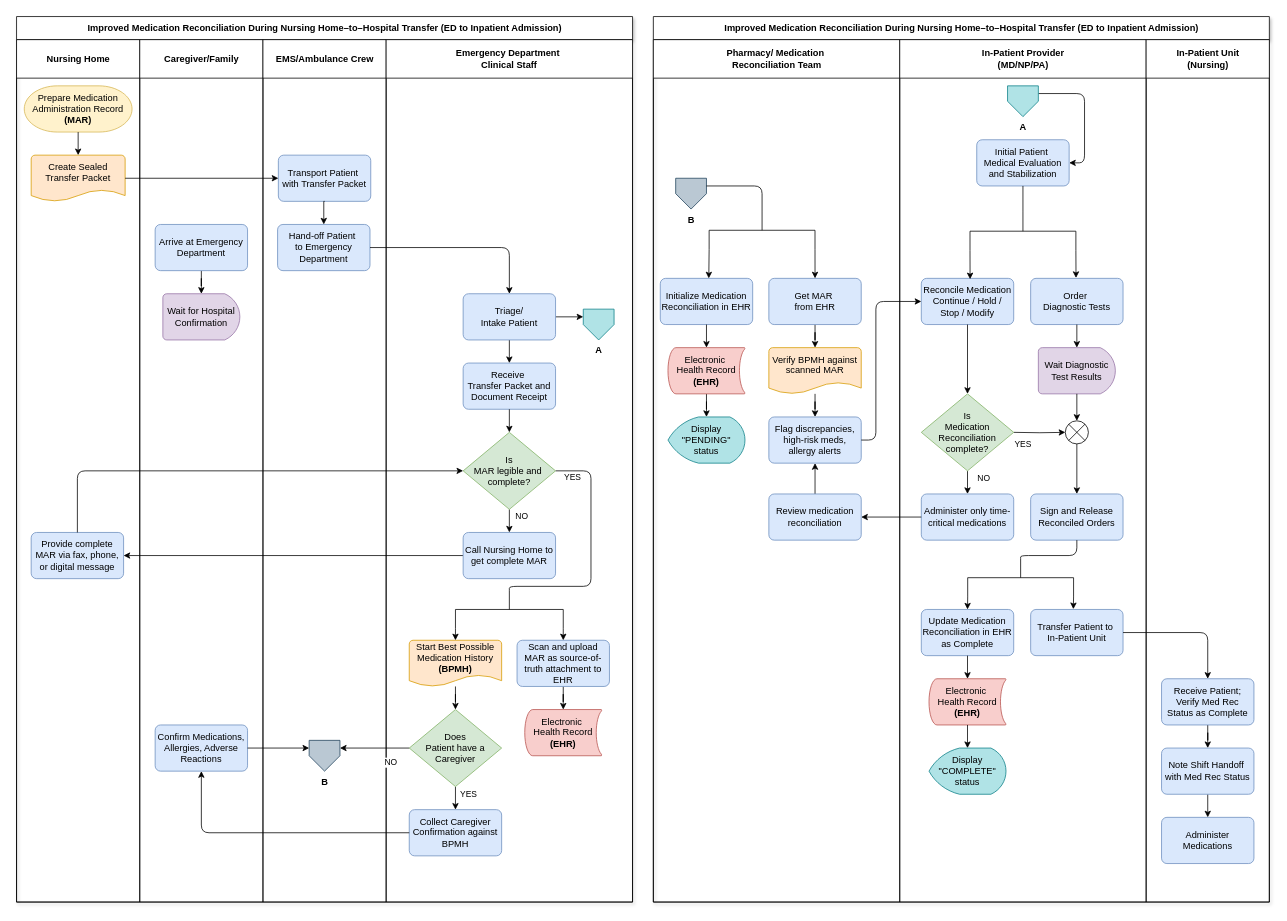
The draw.io diagram Improved Process Chart.drawio in melmirasol/Case-Problem-6.2, before the edit. Source tidied: cells renumbered, new cells numbered last; positions are measured from the earlier drawing's top-left corner, leaving out a move shared by most shapes. Both pictures are drawn from the tidied source at 77%, with x=0, y=0 at pixel (16, 16).
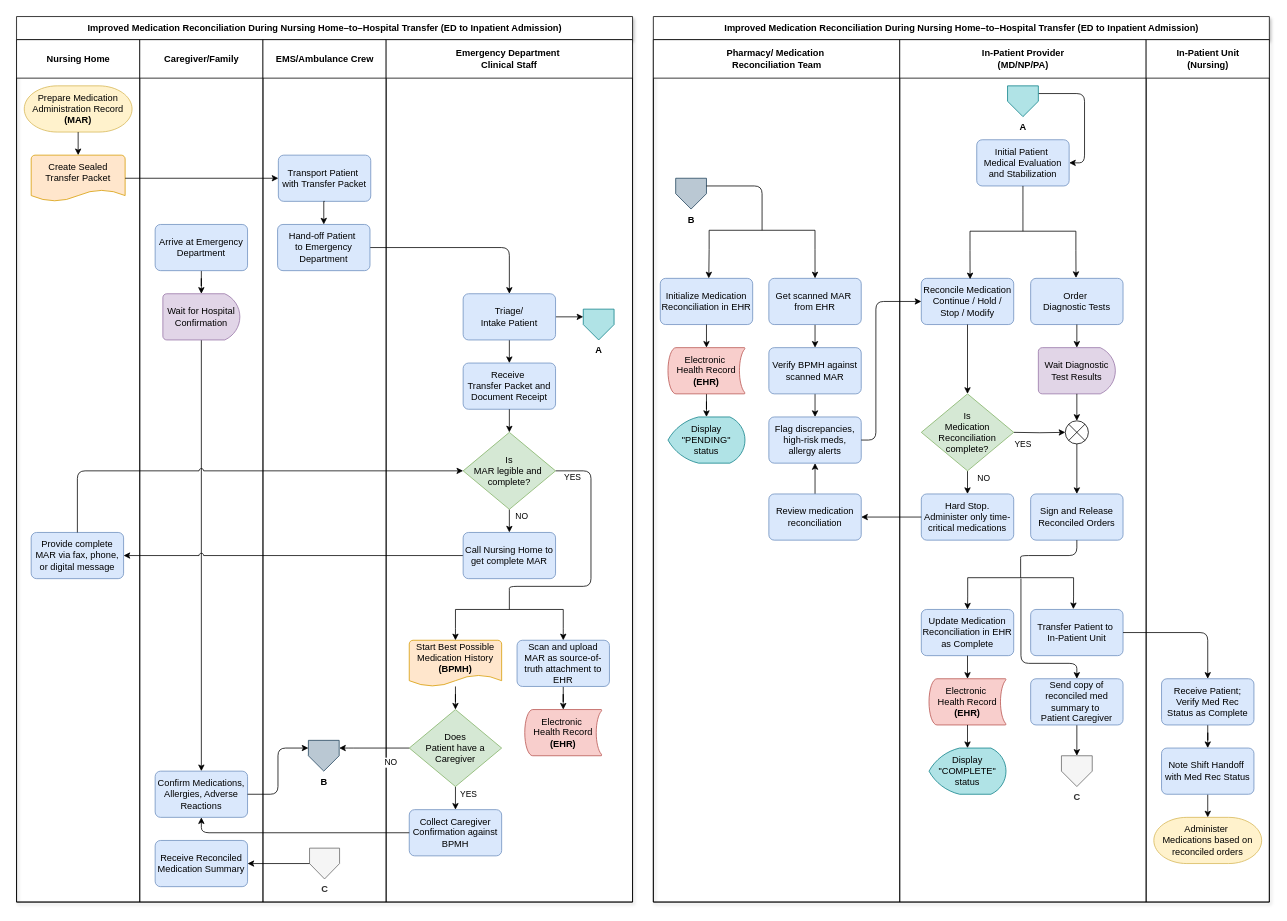
The same page after the edit.

The change refers to these unchanged cells:
```xml
<mxCell id="2" value="Improved Medication Reconciliation During Nursing Home–to–Hospital Transfer (ED to Inpatient Admission)" style="swimlane;startSize=30;html=1;shadow=1;" parent="1" vertex="1">
  <mxGeometry width="800" height="1150" as="geometry" />
</mxCell>
<mxCell id="5" value="Create Sealed Transfer Packet&lt;div&gt;&lt;br&gt;&lt;/div&gt;" style="strokeWidth=1;html=1;shape=mxgraph.flowchart.document2;whiteSpace=wrap;size=0.25;fillColor=#ffe6cc;strokeColor=#d79b00;" parent="3" vertex="1">
  <mxGeometry x="19" y="150" width="122" height="60" as="geometry" />
</mxCell>
<mxCell id="8" value="Provide&amp;nbsp;&lt;span style=&quot;background-color: transparent; color: light-dark(rgb(0, 0, 0), rgb(255, 255, 255));&quot;&gt;complete MAR via fax, phone, or digital message&lt;/span&gt;" style="rounded=1;whiteSpace=wrap;html=1;absoluteArcSize=1;arcSize=14;strokeWidth=1;fillColor=#dae8fc;strokeColor=#6c8ebf;" parent="3" vertex="1">
  <mxGeometry x="19" y="640" width="120" height="60" as="geometry" />
</mxCell>
<mxCell id="9" value="Caregiver/Family" style="swimlane;startSize=50;html=1;" parent="2" vertex="1">
  <mxGeometry x="160" y="30" width="160" height="1120" as="geometry" />
</mxCell>
<mxCell id="12" value="Wait for Hospital Confirmation" style="strokeWidth=1;html=1;shape=mxgraph.flowchart.delay;whiteSpace=wrap;fillColor=#e1d5e7;strokeColor=#9673a6;" parent="9" vertex="1">
  <mxGeometry x="30" y="330" width="100" height="60" as="geometry" />
</mxCell>
<mxCell id="14" value="EMS/Ambulance Crew" style="swimlane;startSize=50;html=1;" parent="2" vertex="1">
  <mxGeometry x="320" y="30" width="160" height="1120" as="geometry" />
</mxCell>
<mxCell id="15" value="Transport Patient&amp;nbsp;&lt;div&gt;with Transfer Packet&lt;/div&gt;" style="rounded=1;whiteSpace=wrap;html=1;absoluteArcSize=1;arcSize=14;strokeWidth=1;fillColor=#dae8fc;strokeColor=#6c8ebf;" parent="14" vertex="1">
  <mxGeometry x="20" y="150" width="120" height="60" as="geometry" />
</mxCell>
<mxCell id="16" value="Hand-off Patient&amp;nbsp;&lt;div&gt;to Emergency Department&lt;/div&gt;" style="rounded=1;whiteSpace=wrap;html=1;absoluteArcSize=1;arcSize=14;strokeWidth=1;fillColor=#dae8fc;strokeColor=#6c8ebf;" parent="14" vertex="1">
  <mxGeometry x="19" y="240" width="120" height="60" as="geometry" />
</mxCell>
<mxCell id="22" value="Emergency Department&amp;nbsp;&lt;div&gt;&lt;span style=&quot;background-color: transparent; color: light-dark(rgb(0, 0, 0), rgb(255, 255, 255));&quot;&gt;Clinical&amp;nbsp;Staff&lt;/span&gt;&lt;/div&gt;" style="swimlane;startSize=50;html=1;whiteSpace=wrap;" parent="2" vertex="1">
  <mxGeometry x="480" y="30" width="320" height="1120" as="geometry" />
</mxCell>
<mxCell id="28" value="Is&lt;div&gt;MAR legible&amp;nbsp;&lt;span style=&quot;background-color: transparent; color: light-dark(rgb(0, 0, 0), rgb(255, 255, 255));&quot;&gt;and&amp;nbsp;&lt;/span&gt;&lt;/div&gt;&lt;div&gt;&lt;span style=&quot;background-color: transparent; color: light-dark(rgb(0, 0, 0), rgb(255, 255, 255));&quot;&gt;complete?&lt;/span&gt;&lt;/div&gt;" style="strokeWidth=1;html=1;shape=mxgraph.flowchart.decision;whiteSpace=wrap;fillColor=#d5e8d4;strokeColor=#82b366;" parent="22" vertex="1">
  <mxGeometry x="100" y="510" width="120" height="100" as="geometry" />
</mxCell>
<mxCell id="30" value="Call Nursing Home to get complete MAR" style="rounded=1;whiteSpace=wrap;html=1;absoluteArcSize=1;arcSize=14;strokeWidth=1;fillColor=#dae8fc;strokeColor=#6c8ebf;" parent="22" vertex="1">
  <mxGeometry x="100" y="640" width="120" height="60" as="geometry" />
</mxCell>
<mxCell id="33" value="Triage/&lt;div&gt;Intake Patient&lt;/div&gt;" style="rounded=1;whiteSpace=wrap;html=1;absoluteArcSize=1;arcSize=14;strokeWidth=1;fillColor=#dae8fc;strokeColor=#6c8ebf;" parent="22" vertex="1">
  <mxGeometry x="100" y="330" width="120" height="60" as="geometry" />
</mxCell>
<mxCell id="42" value="Does&lt;div&gt;Patient have a Caregiver&lt;/div&gt;" style="strokeWidth=1;html=1;shape=mxgraph.flowchart.decision;whiteSpace=wrap;fillColor=#d5e8d4;strokeColor=#82b366;" parent="22" vertex="1">
  <mxGeometry x="30" y="870" width="120" height="100" as="geometry" />
</mxCell>
<mxCell id="43" value="Collect Caregiver Confirmation against BPMH" style="rounded=1;whiteSpace=wrap;html=1;absoluteArcSize=1;arcSize=14;strokeWidth=1;fillColor=#dae8fc;strokeColor=#6c8ebf;" parent="22" vertex="1">
  <mxGeometry x="30" y="1000" width="120" height="60" as="geometry" />
</mxCell>
<mxCell id="53" value="Pharmacy/&amp;nbsp;&lt;span style=&quot;background-color: transparent; color: light-dark(rgb(0, 0, 0), rgb(255, 255, 255));&quot;&gt;Medication&amp;nbsp;&lt;/span&gt;&lt;div&gt;&lt;span style=&quot;background-color: transparent; color: light-dark(rgb(0, 0, 0), rgb(255, 255, 255));&quot;&gt;Reconciliation Team&lt;/span&gt;&lt;/div&gt;" style="swimlane;startSize=50;html=1;" parent="52" vertex="1">
  <mxGeometry y="30" width="320" height="1120" as="geometry" />
</mxCell>
<mxCell id="62" value="Flag discrepancies, high-risk meds, allergy alerts" style="rounded=1;whiteSpace=wrap;html=1;absoluteArcSize=1;arcSize=14;strokeWidth=1;fillColor=#dae8fc;strokeColor=#6c8ebf;" parent="53" vertex="1">
  <mxGeometry x="150" y="490" width="120" height="60" as="geometry" />
</mxCell>
<mxCell id="73" value="In-Patient Provider&lt;div&gt;(MD/NP/PA)&lt;/div&gt;" style="swimlane;startSize=50;html=1;" parent="52" vertex="1">
  <mxGeometry x="320" y="30" width="320" height="1120" as="geometry" />
</mxCell>
<mxCell id="101" style="strokeWidth=1;html=1;shape=mxgraph.flowchart.annotation_2;align=left;labelPosition=right;rotation=90;" parent="73" vertex="1">
  <mxGeometry x="132" y="630" width="50" height="137.5" as="geometry" />
</mxCell>
<mxCell id="105" value="In-Patient Unit&lt;div&gt;(Nursing)&lt;/div&gt;" style="swimlane;startSize=50;html=1;" parent="52" vertex="1">
  <mxGeometry x="640" y="30" width="160" height="1120" as="geometry" />
</mxCell>
<mxCell id="109" value="&lt;div&gt;Note Shift Handoff&amp;nbsp; with Med Rec Status&lt;/div&gt;" style="rounded=1;whiteSpace=wrap;html=1;absoluteArcSize=1;arcSize=14;strokeWidth=1;fillColor=#dae8fc;strokeColor=#6c8ebf;" parent="105" vertex="1">
  <mxGeometry x="20" y="920" width="120" height="60" as="geometry" />
</mxCell>
```

Diff of the diagram source:
```diff
@@
+    <mxCell id="114" style="edgeStyle=orthogonalEdgeStyle;rounded=0;jettySize=auto;html=1;exitX=0.5;exitY=1;exitDx=0;exitDy=0;exitPerimeter=0;entryX=0.5;entryY=0;entryDx=0;entryDy=0;" parent="9" edge="1" source="12" target="13">
+      <mxGeometry relative="1" as="geometry" />
+    </mxCell>
@@
     <mxCell id="13" value="Confirm Medications, Allergies, Adverse Reactions" style="rounded=1;whiteSpace=wrap;html=1;absoluteArcSize=1;arcSize=14;strokeWidth=1;fillColor=#dae8fc;strokeColor=#6c8ebf;" parent="9" vertex="1">
-      <mxGeometry x="20" y="890" width="120" height="60" as="geometry" />
+      <mxGeometry x="20" y="950" width="120" height="60" as="geometry" />
     </mxCell>
+    <mxCell id="115" value="&lt;div&gt;Receive Reconciled Medication Summary&lt;/div&gt;" style="rounded=1;whiteSpace=wrap;html=1;absoluteArcSize=1;arcSize=14;strokeWidth=1;fillColor=#dae8fc;strokeColor=#6c8ebf;" parent="9" vertex="1">
+      <mxGeometry x="20" y="1040" width="120" height="60" as="geometry" />
+    </mxCell>
+    <mxCell id="18" style="edgeStyle=orthogonalEdgeStyle;rounded=0;jettySize=auto;html=1;exitX=1;exitY=0.5;exitDx=0;exitDy=0;exitPerimeter=0;entryX=0;entryY=0.5;entryDx=0;entryDy=0;" parent="2" edge="1" source="5" target="15">
+      <mxGeometry relative="1" as="geometry" />
+    </mxCell>
+    <mxCell id="19" style="edgeStyle=orthogonalEdgeStyle;rounded=1;jettySize=auto;html=1;exitX=1;exitY=0.5;exitDx=0;exitDy=0;entryX=0.5;entryY=0;entryDx=0;entryDy=0;curved=0;" parent="2" edge="1" source="16" target="33">
+      <mxGeometry relative="1" as="geometry" />
+    </mxCell>
+    <mxCell id="20" style="edgeStyle=orthogonalEdgeStyle;rounded=1;jettySize=auto;html=1;curved=0;jumpStyle=arc;exitX=0;exitY=0.5;exitDx=0;exitDy=0;entryX=1;entryY=0.5;entryDx=0;entryDy=0;" parent="2" edge="1" source="30" target="8">
+      <mxGeometry relative="1" as="geometry" />
+    </mxCell>
+    <mxCell id="21" style="edgeStyle=orthogonalEdgeStyle;rounded=1;jettySize=auto;html=1;exitX=0.5;exitY=0;exitDx=0;exitDy=0;entryX=0;entryY=0.5;entryDx=0;entryDy=0;entryPerimeter=0;jumpStyle=arc;curved=0;" parent="2" edge="1" source="8" target="28">
+      <mxGeometry relative="1" as="geometry" />
+    </mxCell>
@@
-    <mxCell id="18" style="edgeStyle=orthogonalEdgeStyle;rounded=0;jettySize=auto;html=1;exitX=1;exitY=0.5;exitDx=0;exitDy=0;exitPerimeter=0;entryX=0;entryY=0.5;entryDx=0;entryDy=0;" parent="2" edge="1" source="5" target="15">
-      <mxGeometry relative="1" as="geometry" />
-    </mxCell>
-    <mxCell id="19" style="edgeStyle=orthogonalEdgeStyle;rounded=1;jettySize=auto;html=1;exitX=1;exitY=0.5;exitDx=0;exitDy=0;entryX=0.5;entryY=0;entryDx=0;entryDy=0;curved=0;" parent="2" edge="1" source="16" target="33">
-      <mxGeometry relative="1" as="geometry" />
-    </mxCell>
-    <mxCell id="20" style="edgeStyle=orthogonalEdgeStyle;rounded=1;jettySize=auto;html=1;curved=0;jumpStyle=arc;exitX=0;exitY=0.5;exitDx=0;exitDy=0;entryX=1;entryY=0.5;entryDx=0;entryDy=0;" parent="2" edge="1" source="30" target="8">
-      <mxGeometry relative="1" as="geometry" />
-    </mxCell>
-    <mxCell id="21" style="edgeStyle=orthogonalEdgeStyle;rounded=1;jettySize=auto;html=1;exitX=0.5;exitY=0;exitDx=0;exitDy=0;entryX=0;entryY=0.5;entryDx=0;entryDy=0;entryPerimeter=0;jumpStyle=arc;curved=0;" parent="2" edge="1" source="8" target="28">
-      <mxGeometry relative="1" as="geometry" />
-    </mxCell>
+    <mxCell id="35" value="B" style="verticalLabelPosition=bottom;verticalAlign=top;html=1;shape=offPageConnector;rounded=0;size=0.5;fillColor=#bac8d3;strokeColor=#23445d;fontStyle=1;" parent="14" vertex="1">
+      <mxGeometry x="59" y="910" width="40" height="40" as="geometry" />
+    </mxCell>
+    <mxCell id="116" value="C" style="verticalLabelPosition=bottom;verticalAlign=top;html=1;shape=offPageConnector;rounded=0;size=0.5;fillColor=#f5f5f5;strokeColor=#666666;fontStyle=1;horizontal=1;fontColor=#333333;" parent="14" vertex="1">
+      <mxGeometry x="60.5" y="1050" width="39" height="40" as="geometry" />
+    </mxCell>
@@
-    <mxCell id="35" value="B" style="verticalLabelPosition=bottom;verticalAlign=top;html=1;shape=offPageConnector;rounded=0;size=0.5;fillColor=#bac8d3;strokeColor=#23445d;fontStyle=1;" parent="22" vertex="1">
-      <mxGeometry x="-100" y="910" width="40" height="40" as="geometry" />
-    </mxCell>
@@
-    <mxCell id="45" style="edgeStyle=orthogonalEdgeStyle;rounded=1;jettySize=auto;html=1;exitX=0;exitY=0.5;exitDx=0;exitDy=0;exitPerimeter=0;entryX=1;entryY=0.25;entryDx=0;entryDy=0;curved=0;" parent="22" edge="1" source="42" target="35">
-      <mxGeometry relative="1" as="geometry" />
-    </mxCell>
-    <mxCell id="46" value="NO" style="edgeLabel;html=1;align=center;verticalAlign=middle;" parent="45" vertex="1">
-      <mxGeometry x="-0.84" y="-1" relative="1" as="geometry">
-        <mxPoint x="-18" y="19" as="offset" />
-      </mxGeometry>
-    </mxCell>
@@
-    <mxCell id="50" style="edgeStyle=orthogonalEdgeStyle;rounded=1;jettySize=auto;html=1;exitX=0;exitY=0.5;exitDx=0;exitDy=0;curved=0;" parent="2" edge="1" source="43" target="13">
-      <mxGeometry relative="1" as="geometry" />
+    <mxCell id="50" style="edgeStyle=orthogonalEdgeStyle;rounded=1;jettySize=auto;html=1;exitX=0;exitY=0.5;exitDx=0;exitDy=0;curved=0;entryX=0.5;entryY=1;entryDx=0;entryDy=0;" parent="2" edge="1" source="43" target="13">
+      <mxGeometry relative="1" as="geometry">
+        <Array as="points">
+          <mxPoint x="240" y="1060" />
+        </Array>
+      </mxGeometry>
     </mxCell>
-    <mxCell id="51" style="edgeStyle=orthogonalEdgeStyle;rounded=0;jettySize=auto;html=1;exitX=1;exitY=0.5;exitDx=0;exitDy=0;entryX=0;entryY=0.25;entryDx=0;entryDy=0;" parent="2" edge="1" source="13" target="35">
+    <mxCell id="51" style="edgeStyle=orthogonalEdgeStyle;rounded=1;jettySize=auto;html=1;exitX=1;exitY=0.5;exitDx=0;exitDy=0;entryX=0;entryY=0.25;entryDx=0;entryDy=0;curved=0;" parent="2" edge="1" source="13" target="35">
       <mxGeometry relative="1" as="geometry" />
     </mxCell>
+    <mxCell id="45" style="edgeStyle=orthogonalEdgeStyle;rounded=1;jettySize=auto;html=1;exitX=0;exitY=0.5;exitDx=0;exitDy=0;exitPerimeter=0;entryX=1;entryY=0.25;entryDx=0;entryDy=0;curved=0;" parent="2" edge="1" source="42" target="35">
+      <mxGeometry relative="1" as="geometry">
+        <Array as="points">
+          <mxPoint x="436" y="950" />
+          <mxPoint x="436" y="950" />
+        </Array>
+      </mxGeometry>
+    </mxCell>
+    <mxCell id="46" value="NO" style="edgeLabel;html=1;align=center;verticalAlign=middle;" parent="45" vertex="1">
+      <mxGeometry x="-0.84" y="-1" relative="1" as="geometry">
+        <mxPoint x="-18" y="19" as="offset" />
+      </mxGeometry>
+    </mxCell>
+    <mxCell id="117" style="edgeStyle=orthogonalEdgeStyle;rounded=0;jettySize=auto;html=1;entryX=1;entryY=0.5;entryDx=0;entryDy=0;" parent="2" edge="1" source="116" target="115">
+      <mxGeometry relative="1" as="geometry" />
+    </mxCell>
@@
-    <mxCell id="57" style="edgeStyle=orthogonalEdgeStyle;rounded=0;jettySize=auto;html=1;exitX=0.5;exitY=1;exitDx=0;exitDy=0;" parent="53" edge="1" source="58" target="63">
+    <mxCell id="57" style="edgeStyle=orthogonalEdgeStyle;rounded=0;jettySize=auto;html=1;exitX=0.5;exitY=1;exitDx=0;exitDy=0;entryX=0.5;entryY=0;entryDx=0;entryDy=0;" parent="53" edge="1" source="58" target="63">
       <mxGeometry relative="1" as="geometry" />
     </mxCell>
-    <mxCell id="58" value="Get MAR&amp;nbsp;&lt;div&gt;f&lt;span style=&quot;background-color: transparent; color: light-dark(rgb(0, 0, 0), rgb(255, 255, 255));&quot;&gt;rom EHR&lt;/span&gt;&lt;/div&gt;" style="rounded=1;whiteSpace=wrap;html=1;absoluteArcSize=1;arcSize=14;strokeWidth=1;fillColor=#dae8fc;strokeColor=#6c8ebf;" parent="53" vertex="1">
+    <mxCell id="58" value="Get scanned MAR&amp;nbsp;&lt;div&gt;f&lt;span style=&quot;background-color: transparent; color: light-dark(rgb(0, 0, 0), rgb(255, 255, 255));&quot;&gt;rom EHR&lt;/span&gt;&lt;/div&gt;" style="rounded=1;whiteSpace=wrap;html=1;absoluteArcSize=1;arcSize=14;strokeWidth=1;fillColor=#dae8fc;strokeColor=#6c8ebf;" parent="53" vertex="1">
       <mxGeometry x="150" y="310" width="120" height="60" as="geometry" />
     </mxCell>
@@
-    <mxCell id="61" style="edgeStyle=orthogonalEdgeStyle;rounded=0;jettySize=auto;html=1;" parent="53" edge="1" source="63" target="62">
-      <mxGeometry relative="1" as="geometry" />
-    </mxCell>
@@
-    <mxCell id="63" value="&lt;div&gt;Verify BPMH&amp;nbsp;&lt;span style=&quot;color: light-dark(rgb(0, 0, 0), rgb(255, 255, 255)); background-color: transparent;&quot;&gt;against scanned&amp;nbsp;&lt;/span&gt;&lt;span style=&quot;color: light-dark(rgb(0, 0, 0), rgb(255, 255, 255)); background-color: transparent;&quot;&gt;MAR&lt;/span&gt;&lt;b&gt;&lt;/b&gt;&lt;/div&gt;&lt;div&gt;&lt;span style=&quot;color: light-dark(rgb(0, 0, 0), rgb(255, 255, 255)); background-color: transparent;&quot;&gt;&lt;br&gt;&lt;/span&gt;&lt;/div&gt;" style="strokeWidth=1;html=1;shape=mxgraph.flowchart.document2;whiteSpace=wrap;size=0.25;fillColor=#ffe6cc;strokeColor=#d79b00;" parent="53" vertex="1">
-      <mxGeometry x="150" y="400" width="120" height="60" as="geometry" />
-    </mxCell>
@@
+    <mxCell id="61" style="edgeStyle=orthogonalEdgeStyle;rounded=0;jettySize=auto;html=1;exitX=0.5;exitY=1;exitDx=0;exitDy=0;entryX=0.5;entryY=0;entryDx=0;entryDy=0;" parent="53" edge="1" source="63" target="62">
+      <mxGeometry relative="1" as="geometry" />
+    </mxCell>
+    <mxCell id="63" value="&lt;div&gt;Verify BPMH&amp;nbsp;&lt;span style=&quot;color: light-dark(rgb(0, 0, 0), rgb(255, 255, 255)); background-color: transparent;&quot;&gt;against scanned&amp;nbsp;&lt;/span&gt;&lt;span style=&quot;color: light-dark(rgb(0, 0, 0), rgb(255, 255, 255)); background-color: transparent;&quot;&gt;MAR&lt;/span&gt;&lt;/div&gt;" style="rounded=1;whiteSpace=wrap;html=1;absoluteArcSize=1;arcSize=14;strokeWidth=1;fillColor=#dae8fc;strokeColor=#6c8ebf;" parent="53" vertex="1">
+      <mxGeometry x="150" y="400" width="120" height="60" as="geometry" />
+    </mxCell>
@@
-    <mxCell id="84" value="&lt;span style=&quot;background-color: transparent; color: light-dark(rgb(0, 0, 0), rgb(255, 255, 255));&quot;&gt;Administer only time-critical medications&lt;/span&gt;" style="rounded=1;whiteSpace=wrap;html=1;absoluteArcSize=1;arcSize=14;strokeWidth=1;fillColor=#dae8fc;strokeColor=#6c8ebf;" parent="73" vertex="1">
+    <mxCell id="84" value="&lt;div&gt;&lt;span style=&quot;background-color: transparent; color: light-dark(rgb(0, 0, 0), rgb(255, 255, 255));&quot;&gt;Hard Stop.&lt;/span&gt;&lt;/div&gt;&lt;span style=&quot;background-color: transparent; color: light-dark(rgb(0, 0, 0), rgb(255, 255, 255));&quot;&gt;Administer only time-critical medications&lt;/span&gt;" style="rounded=1;whiteSpace=wrap;html=1;absoluteArcSize=1;arcSize=14;strokeWidth=1;fillColor=#dae8fc;strokeColor=#6c8ebf;" parent="73" vertex="1">
       <mxGeometry x="28" y="590" width="120" height="60" as="geometry" />
     </mxCell>
@@
+    <mxCell id="118" style="edgeStyle=orthogonalEdgeStyle;rounded=1;jettySize=auto;html=1;exitX=0.522;exitY=0.497;exitDx=0;exitDy=0;exitPerimeter=0;entryX=0.5;entryY=0;entryDx=0;entryDy=0;curved=0;" parent="73" edge="1" source="101" target="120">
+      <mxGeometry relative="1" as="geometry">
+        <Array as="points">
+          <mxPoint x="157" y="810" />
+          <mxPoint x="230" y="810" />
+        </Array>
+      </mxGeometry>
+    </mxCell>
@@
+    <mxCell id="119" style="edgeStyle=orthogonalEdgeStyle;rounded=0;jettySize=auto;html=1;exitX=0.5;exitY=1;exitDx=0;exitDy=0;entryX=0.5;entryY=0;entryDx=0;entryDy=0;" parent="73" edge="1" source="120" target="121">
+      <mxGeometry relative="1" as="geometry" />
+    </mxCell>
+    <mxCell id="120" value="&lt;div&gt;Send copy&amp;nbsp;&lt;span style=&quot;background-color: transparent; color: light-dark(rgb(0, 0, 0), rgb(255, 255, 255));&quot;&gt;of reconciled med summary to&amp;nbsp;&lt;/span&gt;&lt;/div&gt;&lt;div&gt;Patient Caregiver&lt;/div&gt;" style="rounded=1;whiteSpace=wrap;html=1;absoluteArcSize=1;arcSize=14;strokeWidth=1;fillColor=#dae8fc;strokeColor=#6c8ebf;" parent="73" vertex="1">
+      <mxGeometry x="170" y="830" width="120" height="60" as="geometry" />
+    </mxCell>
+    <mxCell id="121" value="C" style="verticalLabelPosition=bottom;verticalAlign=top;html=1;shape=offPageConnector;rounded=0;size=0.5;fillColor=#f5f5f5;strokeColor=#666666;fontStyle=1;horizontal=1;fontColor=#333333;" parent="73" vertex="1">
+      <mxGeometry x="210" y="930" width="40" height="40" as="geometry" />
+    </mxCell>
@@
-    <mxCell id="108" style="edgeStyle=orthogonalEdgeStyle;rounded=0;jettySize=auto;html=1;exitX=0.5;exitY=1;exitDx=0;exitDy=0;entryX=0.5;entryY=0;entryDx=0;entryDy=0;" parent="105" edge="1" source="109" target="110">
+    <mxCell id="108" style="edgeStyle=orthogonalEdgeStyle;rounded=0;jettySize=auto;html=1;exitX=0.5;exitY=1;exitDx=0;exitDy=0;entryX=0.5;entryY=0;entryDx=0;entryDy=0;entryPerimeter=0;" parent="105" edge="1" source="109" target="122">
       <mxGeometry relative="1" as="geometry" />
     </mxCell>
@@
-    <mxCell id="110" value="&lt;div&gt;Administer Medications&lt;/div&gt;" style="rounded=1;whiteSpace=wrap;html=1;absoluteArcSize=1;arcSize=14;strokeWidth=1;fillColor=#dae8fc;strokeColor=#6c8ebf;" parent="105" vertex="1">
-      <mxGeometry x="20" y="1010" width="120" height="60" as="geometry" />
-    </mxCell>
+    <mxCell id="122" value="Administer&amp;nbsp;&lt;div&gt;Medications based on reconciled orders&lt;/div&gt;" style="strokeWidth=1;html=1;shape=mxgraph.flowchart.terminator;whiteSpace=wrap;fillColor=#fff2cc;strokeColor=#d6b656;" parent="105" vertex="1">
+      <mxGeometry x="10" y="1010" width="140" height="60" as="geometry" />
+    </mxCell>
```
